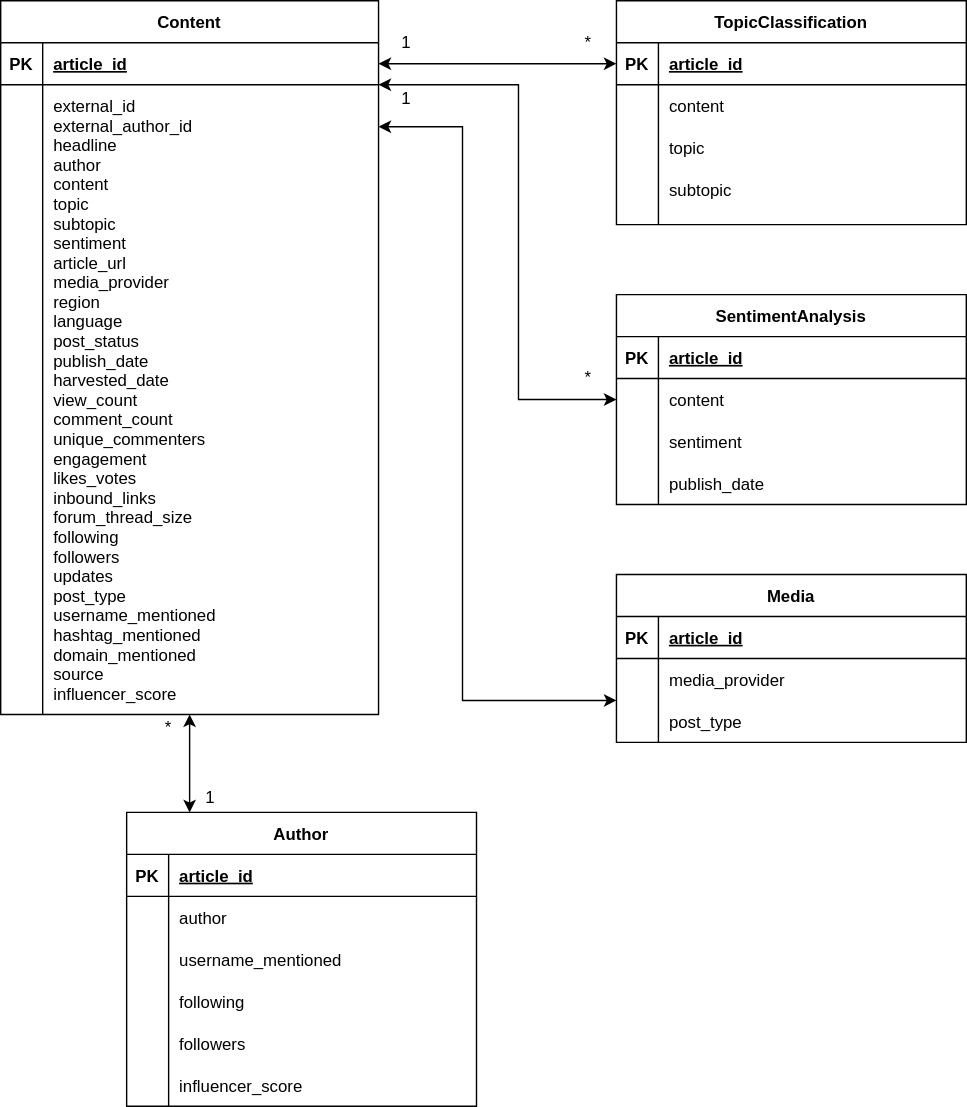
Above: db.svg in nadiaasrin/neddo (draw.io), before the change. Source tidied: cells renumbered, new cells last; positions are measured from the earlier drawing's top-left corner, leaving out a move shared by most shapes.
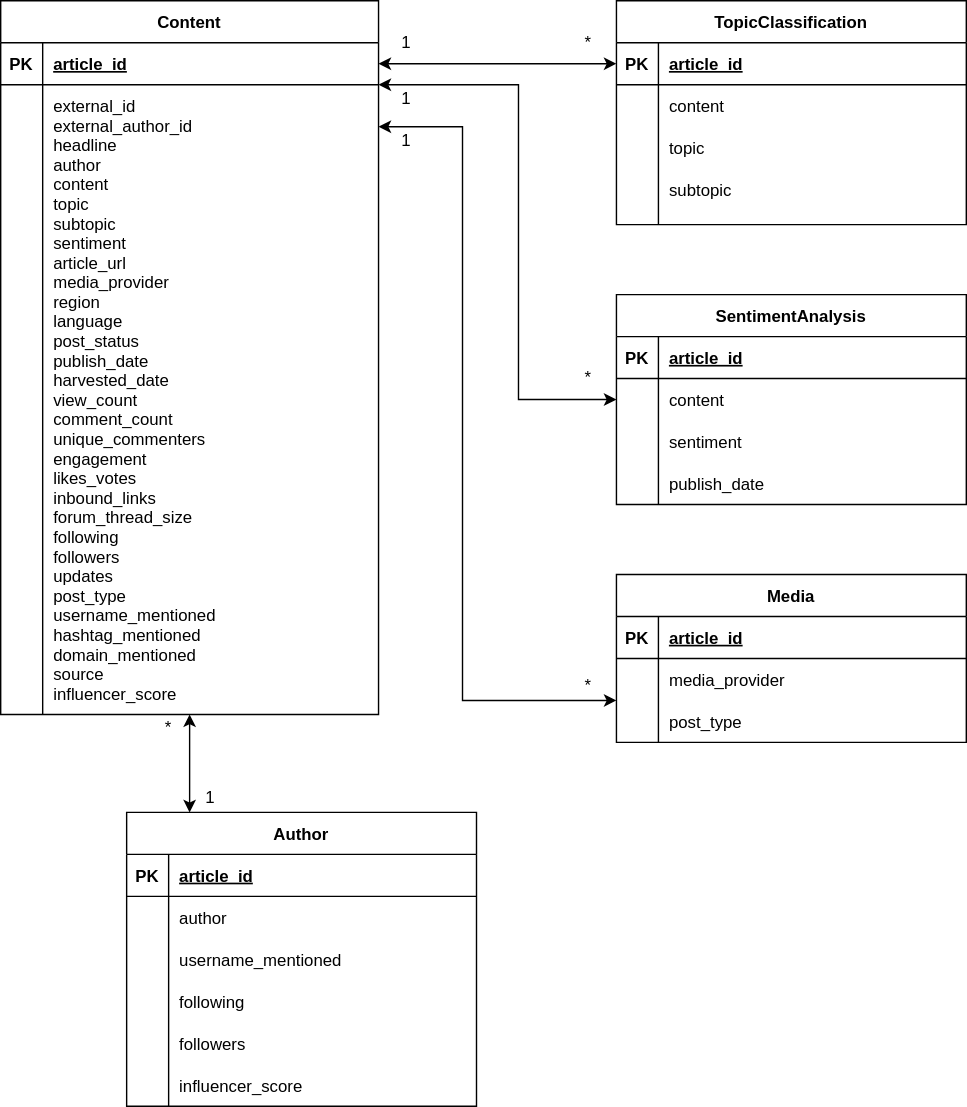
The same diagram one commit later.

Change to the diagram source:
```diff
@@ -222,5 +222,11 @@
     <mxCell id="70" value="*" style="text;html=1;strokeColor=none;fillColor=none;align=center;verticalAlign=middle;whiteSpace=wrap;rounded=0;" parent="1" vertex="1">
       <mxGeometry x="400" y="260" width="40" height="20" as="geometry" />
     </mxCell>
+    <mxCell id="71" value="1&lt;span style=&quot;color: rgba(0 , 0 , 0 , 0) ; font-family: monospace ; font-size: 0px&quot;&gt;%3CmxGraphModel%3E%3Croot%3E%3CmxCell%20id%3D%220%22%2F%3E%3CmxCell%20id%3D%221%22%20parent%3D%220%22%2F%3E%3CmxCell%20id%3D%222%22%20value%3D%22%22%20style%3D%22shape%3DpartialRectangle%3Bcollapsible%3D0%3BdropTarget%3D0%3BpointerEvents%3D0%3BfillColor%3Dnone%3Bpoints%3D%5B%5B0%2C0.5%5D%2C%5B1%2C0.5%5D%5D%3BportConstraint%3Deastwest%3Btop%3D0%3Bleft%3D0%3Bright%3D0%3Bbottom%3D0%3B%22%20vertex%3D%221%22%20parent%3D%221%22%3E%3CmxGeometry%20x%3D%22160%22%20y%3D%22860%22%20width%3D%22250%22%20height%3D%2230%22%20as%3D%22geometry%22%2F%3E%3C%2FmxCell%3E%3CmxCell%20id%3D%223%22%20value%3D%22%22%20style%3D%22shape%3DpartialRectangle%3Boverflow%3Dhidden%3Bconnectable%3D0%3BfillColor%3Dnone%3Btop%3D0%3Bleft%3D0%3Bbottom%3D0%3Bright%3D0%3B%22%20vertex%3D%221%22%20parent%3D%222%22%3E%3CmxGeometry%20width%3D%2230%22%20height%3D%2230%22%20as%3D%22geometry%22%2F%3E%3C%2FmxCell%3E%3CmxCell%20id%3D%224%22%20value%3D%22followers%22%20style%3D%22shape%3DpartialRectangle%3Boverflow%3Dhidden%3Bconnectable%3D0%3BfillColor%3Dnone%3Btop%3D0%3Bleft%3D0%3Bbottom%3D0%3Bright%3D0%3Balign%3Dleft%3BspacingLeft%3D6%3B%22%20vertex%3D%221%22%20parent%3D%222%22%3E%3CmxGeometry%20x%3D%2230%22%20width%3D%22220%22%20height%3D%2230%22%20as%3D%22geometry%22%2F%3E%3C%2FmxCell%3E%3C%2Froot%3E%3C%2FmxGraphModel%3E&lt;/span&gt;" style="text;html=1;strokeColor=none;fillColor=none;align=center;verticalAlign=middle;whiteSpace=wrap;rounded=0;" parent="1" vertex="1">
+      <mxGeometry x="270" y="90" width="40" height="20" as="geometry" />
+    </mxCell>
+    <mxCell id="72" value="*" style="text;html=1;strokeColor=none;fillColor=none;align=center;verticalAlign=middle;whiteSpace=wrap;rounded=0;" parent="1" vertex="1">
+      <mxGeometry x="400" y="480" width="40" height="20" as="geometry" />
+    </mxCell>
   </root>
 </mxGraphModel>
```
